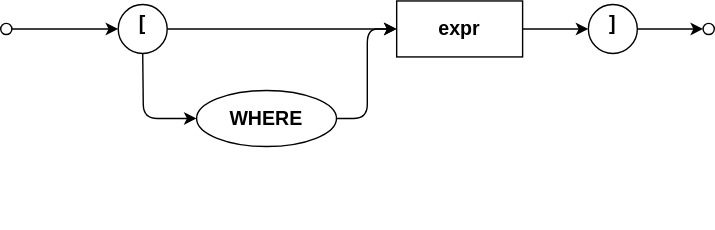
This is assets/cxl/infix-filter.drawio.svg from capire/docs, a draw.io export, as it was before one commit. Source tidied: cells renumbered, new cells last; positions are measured from the earlier drawing's top-left corner, leaving out a move shared by most shapes.
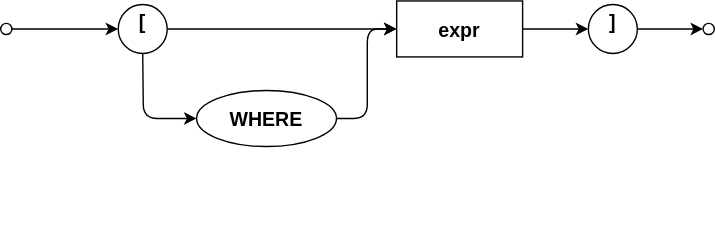
After the change.

What changed in the source:
```diff
@@ -5,44 +5,44 @@
     <mxCell id="2" value="Best viewed with the &lt;a href=&quot;https://github.com/ariel-bentu/tam-drawio&quot;&gt;TAM plugin&lt;/a&gt;" style="text;html=1;shape=tamPluginMissing;" parent="1" vertex="1">
       <mxGeometry x="296.5" y="138" width="200" height="25" as="geometry" />
     </mxCell>
-    <mxCell id="3" style="edgeStyle=none;html=1;strokeWidth=1;verticalAlign=middle;align=center;fontStyle=1;fontSize=14;" parent="1" edge="1" source="4" target="8">
+    <mxCell id="3" style="edgeStyle=none;strokeWidth=1;verticalAlign=middle;align=center;fontStyle=1;fontSize=14;" parent="1" edge="1" source="4" target="8">
       <mxGeometry relative="1" as="geometry" />
     </mxCell>
-    <mxCell id="4" style="ellipse;whiteSpace=wrap;html=1;strokeWidth=1;verticalAlign=middle;align=center;fontStyle=1;fontSize=14;" parent="1" vertex="1">
+    <mxCell id="4" style="ellipse;strokeWidth=1;verticalAlign=middle;align=center;fontStyle=1;fontSize=14;" parent="1" vertex="1">
       <mxGeometry y="16" width="8" height="8" as="geometry" />
     </mxCell>
-    <mxCell id="5" value="&lt;span style=&quot;color: rgb(0, 0, 0);&quot;&gt;WHERE&lt;/span&gt;" style="ellipse;whiteSpace=wrap;html=1;align=center;newEdgeStyle={&quot;edgeStyle&quot;:&quot;entityRelationEdgeStyle&quot;,&quot;startArrow&quot;:&quot;none&quot;,&quot;endArrow&quot;:&quot;none&quot;,&quot;segment&quot;:10,&quot;curved&quot;:1,&quot;sourcePerimeterSpacing&quot;:0,&quot;targetPerimeterSpacing&quot;:0};strokeWidth=1;verticalAlign=middle;fontStyle=1;fontSize=14;" parent="1" vertex="1">
+    <mxCell id="5" value="WHERE" style="ellipse;align=center;newEdgeStyle={&quot;edgeStyle&quot;:&quot;entityRelationEdgeStyle&quot;,&quot;startArrow&quot;:&quot;none&quot;,&quot;endArrow&quot;:&quot;none&quot;,&quot;segment&quot;:10,&quot;curved&quot;:1,&quot;sourcePerimeterSpacing&quot;:0,&quot;targetPerimeterSpacing&quot;:0};strokeWidth=1;verticalAlign=middle;fontStyle=1;fontSize=14;" parent="1" vertex="1">
       <mxGeometry x="140" y="64" width="100" height="40" as="geometry" />
     </mxCell>
-    <mxCell id="6" style="ellipse;whiteSpace=wrap;html=1;strokeWidth=1;verticalAlign=middle;align=center;fontStyle=1;fontSize=14;" parent="1" vertex="1">
+    <mxCell id="6" style="ellipse;strokeWidth=1;verticalAlign=middle;align=center;fontStyle=1;fontSize=14;" parent="1" vertex="1">
       <mxGeometry x="502" y="16" width="8" height="8" as="geometry" />
     </mxCell>
-    <mxCell id="7" style="edgeStyle=none;html=1;strokeWidth=1;verticalAlign=middle;align=center;fontStyle=1;fontSize=14;" parent="1" edge="1" source="8" target="12">
+    <mxCell id="7" style="edgeStyle=none;strokeWidth=1;verticalAlign=middle;align=center;fontStyle=1;fontSize=14;" parent="1" edge="1" source="8" target="12">
       <mxGeometry relative="1" as="geometry" />
     </mxCell>
-    <mxCell id="8" value="[" style="ellipse;whiteSpace=wrap;html=1;fontStyle=1;fontSize=14;verticalAlign=top;spacingBottom=4;strokeWidth=1;align=center;spacing=0;" parent="1" vertex="1">
+    <mxCell id="8" value="[" style="ellipse;fontStyle=1;fontSize=14;verticalAlign=top;spacingBottom=4;strokeWidth=1;align=center;spacing=0;" parent="1" vertex="1">
       <mxGeometry x="84" y="2.5" width="35" height="35" as="geometry" />
     </mxCell>
-    <mxCell id="9" style="edgeStyle=none;html=1;strokeWidth=1;verticalAlign=middle;align=center;fontStyle=1;fontSize=14;" parent="1" edge="1" source="10" target="6">
+    <mxCell id="9" style="edgeStyle=none;strokeWidth=1;verticalAlign=middle;align=center;fontStyle=1;fontSize=14;" parent="1" edge="1" source="10" target="6">
       <mxGeometry relative="1" as="geometry" />
     </mxCell>
-    <mxCell id="10" value="]" style="ellipse;whiteSpace=wrap;html=1;fontStyle=1;fontSize=14;verticalAlign=top;spacingBottom=4;strokeWidth=1;align=center;spacing=0;" parent="1" vertex="1">
+    <mxCell id="10" value="]" style="ellipse;fontStyle=1;fontSize=14;verticalAlign=top;spacingBottom=4;strokeWidth=1;align=center;spacing=0;" parent="1" vertex="1">
       <mxGeometry x="420" y="2.5" width="35" height="35" as="geometry" />
     </mxCell>
-    <mxCell id="11" style="edgeStyle=none;html=1;strokeWidth=1;verticalAlign=middle;align=center;fontStyle=1;fontSize=14;" parent="1" edge="1" source="12" target="10">
+    <mxCell id="11" style="edgeStyle=none;strokeWidth=1;verticalAlign=middle;align=center;fontStyle=1;fontSize=14;" parent="1" edge="1" source="12" target="10">
       <mxGeometry relative="1" as="geometry" />
     </mxCell>
-    <mxCell id="12" value="expr" style="rounded=0;whiteSpace=wrap;html=1;strokeWidth=1;arcSize=37;verticalAlign=middle;align=center;fontStyle=1;fontSize=14;" parent="1" vertex="1">
+    <mxCell id="12" value="expr" style="rounded=0;strokeWidth=1;arcSize=37;verticalAlign=middle;align=center;fontStyle=1;fontSize=14;" parent="1" vertex="1">
       <mxGeometry x="283" width="90" height="40" as="geometry" />
     </mxCell>
-    <mxCell id="13" style="edgeStyle=elbowEdgeStyle;html=1;labelBackgroundColor=none;rounded=1;elbow=horizontal;endArrow=classic;endFill=1;align=center;exitX=0.5;exitY=1;exitDx=0;exitDy=0;entryX=0;entryY=0.5;entryDx=0;entryDy=0;strokeWidth=1;verticalAlign=middle;fontStyle=1;fontSize=14;" parent="1" edge="1" source="8" target="5">
+    <mxCell id="13" style="edgeStyle=elbowEdgeStyle;labelBackgroundColor=none;rounded=1;elbow=horizontal;endArrow=classic;endFill=1;align=center;exitX=0.5;exitY=1;exitDx=0;exitDy=0;entryX=0;entryY=0.5;entryDx=0;entryDy=0;strokeWidth=1;verticalAlign=middle;fontStyle=1;fontSize=14;" parent="1" edge="1" source="8" target="5">
       <mxGeometry relative="1" as="geometry">
         <Array as="points">
           <mxPoint x="102" y="78" />
         </Array>
       </mxGeometry>
     </mxCell>
-    <mxCell id="14" style="edgeStyle=elbowEdgeStyle;html=1;labelBackgroundColor=none;rounded=1;elbow=horizontal;endArrow=classic;endFill=1;align=center;exitX=1;exitY=0.5;exitDx=0;exitDy=0;entryX=0;entryY=0.5;entryDx=0;entryDy=0;strokeWidth=1;verticalAlign=middle;fontStyle=1;fontSize=14;" parent="1" edge="1" source="5" target="12">
+    <mxCell id="14" style="edgeStyle=elbowEdgeStyle;labelBackgroundColor=none;rounded=1;elbow=horizontal;endArrow=classic;endFill=1;align=center;exitX=1;exitY=0.5;exitDx=0;exitDy=0;entryX=0;entryY=0.5;entryDx=0;entryDy=0;strokeWidth=1;verticalAlign=middle;fontStyle=1;fontSize=14;" parent="1" edge="1" source="5" target="12">
       <mxGeometry relative="1" as="geometry" />
     </mxCell>
   </root>
```
